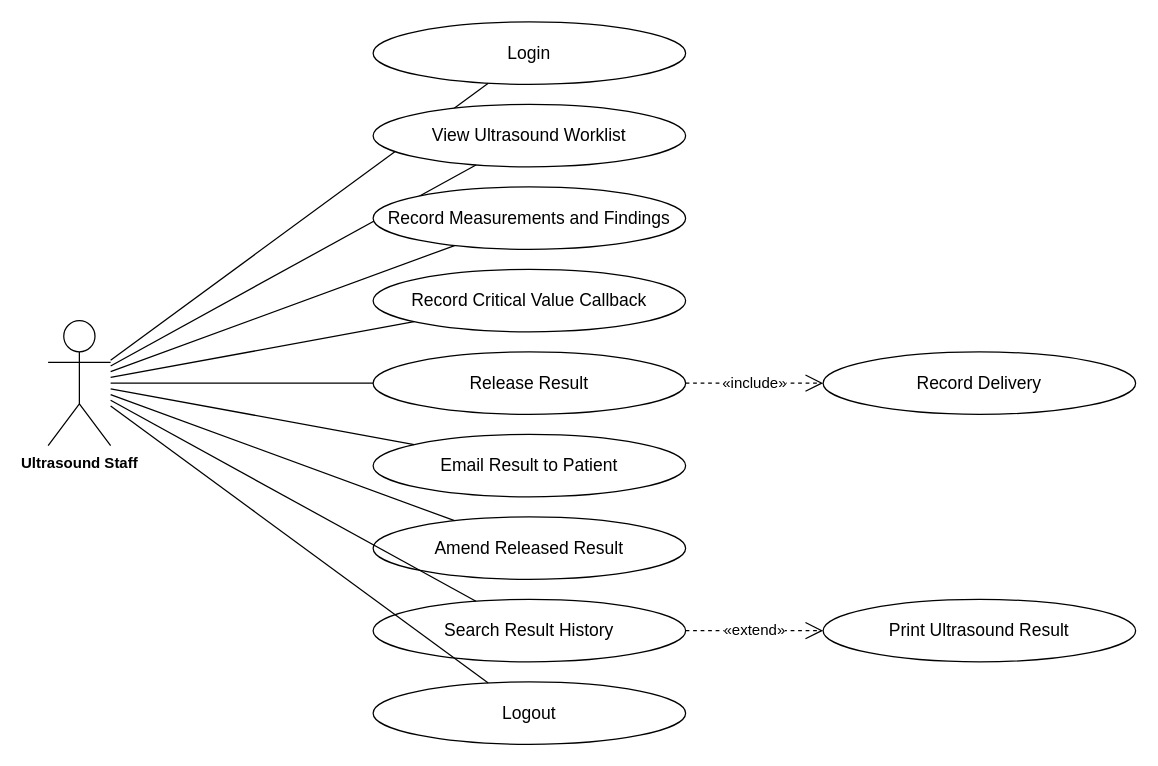
The draw.io diagram page "Ultrasound Staff" (6 of 8) of docs/diagrams/usecases.drawio in steven23lz/Enlogada-Clinic-Management-System, before the edit. Source tidied: cells renumbered, new cells numbered last; positions are measured from the earlier drawing's top-left corner, leaving out a move shared by most shapes. Both pictures are drawn from the tidied source at 125%, with x=0, y=0 at pixel (48, 21).
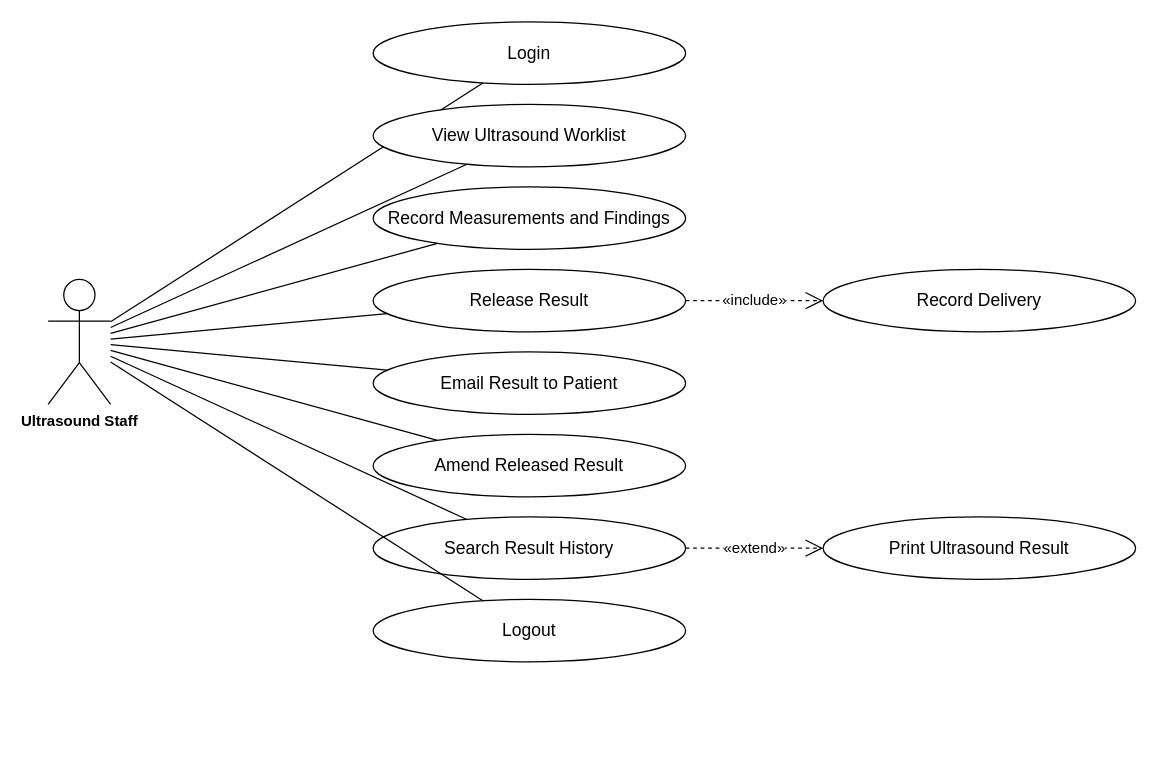
Above is the later version.

Change to the diagram source:
```diff
@@
     <mxCell id="2" value="Ultrasound Staff" style="shape=umlActor;verticalLabelPosition=bottom;verticalAlign=top;html=1;outlineConnect=0;fontFamily=Helvetica;fontSize=12;fontStyle=1;" parent="1" vertex="1">
-      <mxGeometry y="239" width="50" height="100" as="geometry" />
+      <mxGeometry y="206" width="50" height="100" as="geometry" />
     </mxCell>
@@
-    <mxCell id="9" value="Record Critical Value Callback" style="ellipse;whiteSpace=wrap;html=1;fontFamily=Helvetica;fontSize=14;fontColor=#000000;strokeColor=#000000;" parent="1" vertex="1">
+    <mxCell id="9" value="Release Result" style="ellipse;whiteSpace=wrap;html=1;fontFamily=Helvetica;fontSize=14;fontColor=#000000;strokeColor=#000000;" parent="1" vertex="1">
       <mxGeometry x="260" y="198" width="250" height="50" as="geometry" />
     </mxCell>
@@
-    <mxCell id="11" value="Release Result" style="ellipse;whiteSpace=wrap;html=1;fontFamily=Helvetica;fontSize=14;fontColor=#000000;strokeColor=#000000;" parent="1" vertex="1">
+    <mxCell id="11" value="Email Result to Patient" style="ellipse;whiteSpace=wrap;html=1;fontFamily=Helvetica;fontSize=14;fontColor=#000000;strokeColor=#000000;" parent="1" vertex="1">
       <mxGeometry x="260" y="264" width="250" height="50" as="geometry" />
     </mxCell>
@@
-    <mxCell id="13" value="Email Result to Patient" style="ellipse;whiteSpace=wrap;html=1;fontFamily=Helvetica;fontSize=14;fontColor=#000000;strokeColor=#000000;" parent="1" vertex="1">
+    <mxCell id="13" value="Amend Released Result" style="ellipse;whiteSpace=wrap;html=1;fontFamily=Helvetica;fontSize=14;fontColor=#000000;strokeColor=#000000;" parent="1" vertex="1">
       <mxGeometry x="260" y="330" width="250" height="50" as="geometry" />
     </mxCell>
@@
-    <mxCell id="15" value="Amend Released Result" style="ellipse;whiteSpace=wrap;html=1;fontFamily=Helvetica;fontSize=14;fontColor=#000000;strokeColor=#000000;" parent="1" vertex="1">
+    <mxCell id="15" value="Search Result History" style="ellipse;whiteSpace=wrap;html=1;fontFamily=Helvetica;fontSize=14;fontColor=#000000;strokeColor=#000000;" parent="1" vertex="1">
       <mxGeometry x="260" y="396" width="250" height="50" as="geometry" />
     </mxCell>
@@
-    <mxCell id="17" value="Search Result History" style="ellipse;whiteSpace=wrap;html=1;fontFamily=Helvetica;fontSize=14;fontColor=#000000;strokeColor=#000000;" parent="1" vertex="1">
+    <mxCell id="17" value="Logout" style="ellipse;whiteSpace=wrap;html=1;fontFamily=Helvetica;fontSize=14;fontColor=#000000;strokeColor=#000000;" parent="1" vertex="1">
       <mxGeometry x="260" y="462" width="250" height="50" as="geometry" />
     </mxCell>
@@
-    <mxCell id="19" value="Logout" style="ellipse;whiteSpace=wrap;html=1;fontFamily=Helvetica;fontSize=14;fontColor=#000000;strokeColor=#000000;" parent="1" vertex="1">
-      <mxGeometry x="260" y="528" width="250" height="50" as="geometry" />
+    <mxCell id="19" value="Print Ultrasound Result" style="ellipse;whiteSpace=wrap;html=1;fontFamily=Helvetica;fontSize=14;fontColor=#000000;strokeColor=#000000;" parent="1" vertex="1">
+      <mxGeometry x="620" y="396" width="250" height="50" as="geometry" />
     </mxCell>
-    <mxCell id="20" style="edgeStyle=none;rounded=0;html=1;endArrow=none;fontFamily=Helvetica;fontSize=12;fontColor=#000000;strokeColor=#000000;" parent="1" edge="1" source="2" target="19">
+    <mxCell id="20" value="«extend»" style="endArrow=open;endSize=12;dashed=1;html=1;fontFamily=Helvetica;fontSize=12;fontColor=#000000;strokeColor=#000000;" parent="1" edge="1" source="15" target="19">
       <mxGeometry relative="1" as="geometry" />
     </mxCell>
-    <mxCell id="21" value="Print Ultrasound Result" style="ellipse;whiteSpace=wrap;html=1;fontFamily=Helvetica;fontSize=14;fontColor=#000000;strokeColor=#000000;" parent="1" vertex="1">
-      <mxGeometry x="620" y="462" width="250" height="50" as="geometry" />
+    <mxCell id="21" value="Record Delivery" style="ellipse;whiteSpace=wrap;html=1;fontFamily=Helvetica;fontSize=14;fontColor=#000000;strokeColor=#000000;" parent="1" vertex="1">
+      <mxGeometry x="620" y="198" width="250" height="50" as="geometry" />
     </mxCell>
-    <mxCell id="22" value="«extend»" style="endArrow=open;endSize=12;dashed=1;html=1;fontFamily=Helvetica;fontSize=12;fontColor=#000000;strokeColor=#000000;" parent="1" edge="1" source="17" target="21">
+    <mxCell id="22" value="«include»" style="endArrow=open;endSize=12;dashed=1;html=1;fontFamily=Helvetica;fontSize=12;fontColor=#000000;strokeColor=#000000;" parent="1" edge="1" source="9" target="21">
       <mxGeometry relative="1" as="geometry" />
     </mxCell>
-    <mxCell id="23" value="Record Delivery" style="ellipse;whiteSpace=wrap;html=1;fontFamily=Helvetica;fontSize=14;fontColor=#000000;strokeColor=#000000;" parent="1" vertex="1">
-      <mxGeometry x="620" y="264" width="250" height="50" as="geometry" />
-    </mxCell>
-    <mxCell id="24" value="«include»" style="endArrow=open;endSize=12;dashed=1;html=1;fontFamily=Helvetica;fontSize=12;fontColor=#000000;strokeColor=#000000;" parent="1" edge="1" source="11" target="23">
-      <mxGeometry relative="1" as="geometry" />
-    </mxCell>
```
